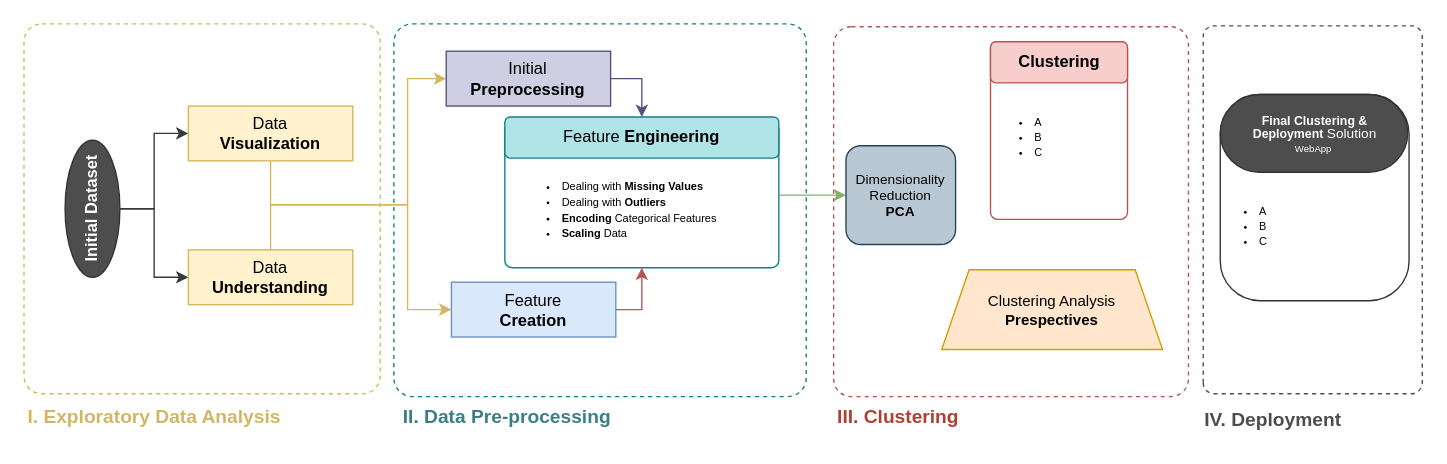
Silvestre17/DM_FoodDeliveryClustering_MasterProject keeps this draw.io diagram as DMProjectFlowchart.drawio. Above is the earlier version. Source tidied: cells renumbered, new cells numbered last; positions are measured from the earlier drawing's top-left corner, leaving out a move shared by most shapes. Both pictures are drawn from the tidied source at 137%, with x=0, y=0 at pixel (23, 23).
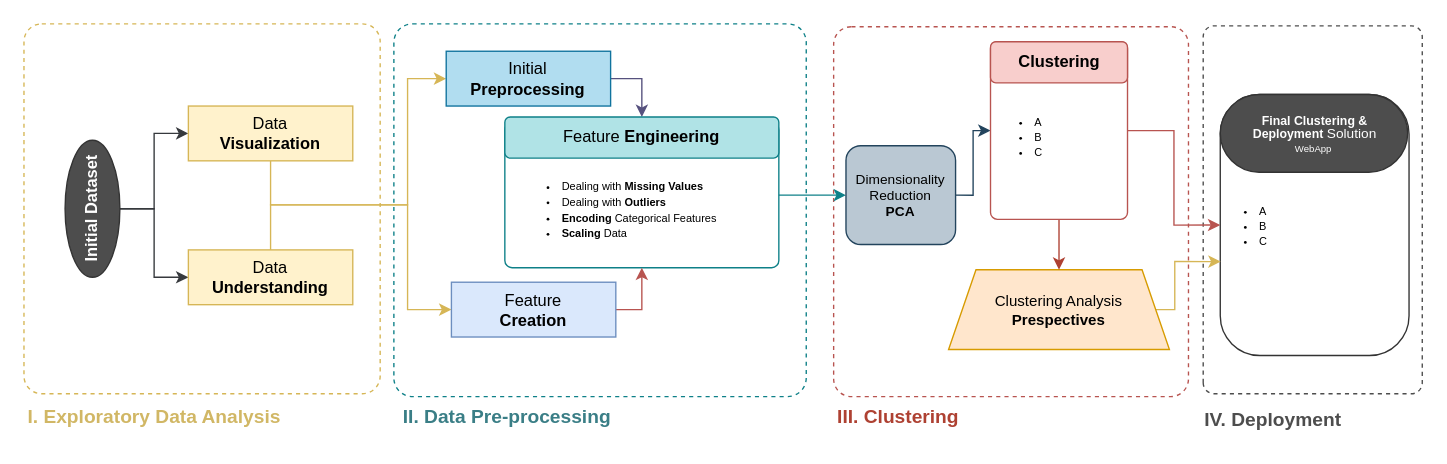
The same diagram, later.

Commit message:
Density Clustering + Esquema do Projeto :)

The change refers to these unchanged cells:
```xml
<mxCell id="7" value="&lt;b&gt;&lt;br&gt;&lt;/b&gt;" style="whiteSpace=wrap;html=1;labelBackgroundColor=none;strokeColor=#0e8088;fillColor=none;rounded=1;arcSize=5;" parent="1" vertex="1">
  <mxGeometry x="351" y="72" width="200" height="105.9" as="geometry" />
</mxCell>
<mxCell id="23" value="&lt;font style=&quot;font-size: 10px;&quot;&gt;Dimensionality Reduction&lt;br&gt;&lt;b&gt;PCA&lt;/b&gt;&lt;/font&gt;" style="whiteSpace=wrap;html=1;rounded=1;labelBackgroundColor=none;strokeColor=#23445d;fontSize=8;fillColor=#bac8d3;" parent="1" vertex="1">
  <mxGeometry x="600" y="88.9" width="80" height="72.1" as="geometry" />
</mxCell>
<mxCell id="28" value="&lt;b&gt;&lt;br&gt;&lt;/b&gt;" style="whiteSpace=wrap;html=1;labelBackgroundColor=none;strokeColor=#b85450;fillColor=none;rounded=1;arcSize=5;" parent="1" vertex="1">
  <mxGeometry x="705.5" y="13" width="100" height="129.6" as="geometry" />
</mxCell>
```

Diff of the diagram source:
```diff
@@
     <mxCell id="3" style="rounded=1;whiteSpace=wrap;html=1;strokeColor=#333333;fontColor=#AE4132;fillColor=none;arcSize=21;strokeWidth=1;" parent="1" vertex="1">
-      <mxGeometry x="873.2" y="51.5" width="137.8" height="150.5" as="geometry" />
+      <mxGeometry x="873.2" y="51.5" width="137.8" height="190.5" as="geometry" />
     </mxCell>
@@
-    <mxCell id="18" value="Initial &lt;br&gt;&lt;b&gt;Preprocessing&lt;/b&gt;" style="whiteSpace=wrap;html=1;fillColor=#d0cee2;strokeColor=#56517e;" parent="1" vertex="1">
+    <mxCell id="18" value="Initial &lt;br&gt;&lt;b&gt;Preprocessing&lt;/b&gt;" style="whiteSpace=wrap;html=1;fillColor=#b1ddf0;strokeColor=#10739e;" parent="1" vertex="1">
       <mxGeometry x="308.2" y="19.9" width="120" height="40" as="geometry" />
     </mxCell>
@@
-    <mxCell id="21" style="edgeStyle=none;html=1;entryX=0;entryY=0.5;entryDx=0;entryDy=0;fontColor=#d1b765;exitX=1;exitY=0.5;exitDx=0;exitDy=0;fillColor=#d5e8d4;strokeColor=#82b366;" parent="1" edge="1" source="7" target="23">
+    <mxCell id="21" style="edgeStyle=none;html=1;entryX=0;entryY=0.5;entryDx=0;entryDy=0;fontColor=#d1b765;exitX=1;exitY=0.5;exitDx=0;exitDy=0;fillColor=#b0e3e6;strokeColor=#0e8088;" parent="1" edge="1" source="7" target="23">
       <mxGeometry relative="1" as="geometry" />
     </mxCell>
@@
+    <mxCell id="34" style="edgeStyle=orthogonalEdgeStyle;html=1;exitX=1;exitY=0.5;exitDx=0;exitDy=0;entryX=0;entryY=0.5;entryDx=0;entryDy=0;rounded=0;fillColor=#bac8d3;strokeColor=#23445d;" parent="1" edge="1" source="23" target="28">
+      <mxGeometry relative="1" as="geometry" />
+    </mxCell>
@@
+    <mxCell id="35" style="edgeStyle=orthogonalEdgeStyle;shape=connector;rounded=0;html=1;exitX=1;exitY=0.5;exitDx=0;exitDy=0;entryX=0.002;entryY=0.64;entryDx=0;entryDy=0;labelBackgroundColor=default;strokeColor=#d6b656;fontFamily=Helvetica;fontSize=11;fontColor=default;endArrow=classic;fillColor=#fff2cc;entryPerimeter=0;" parent="1" edge="1" source="24" target="3">
+      <mxGeometry relative="1" as="geometry">
+        <Array as="points">
+          <mxPoint x="840" y="209" />
+          <mxPoint x="840" y="173" />
+        </Array>
+      </mxGeometry>
+    </mxCell>
     <mxCell id="24" value="&lt;font style=&quot;&quot;&gt;&lt;span style=&quot;font-size: 11px;&quot;&gt;Clustering Analysis&lt;/span&gt;&lt;b style=&quot;font-size: 11px;&quot;&gt; Prespectives&lt;/b&gt;&lt;/font&gt;" style="shape=trapezoid;perimeter=trapezoidPerimeter;whiteSpace=wrap;html=1;fixedSize=1;rounded=0;glass=0;labelBackgroundColor=none;sketch=0;strokeColor=#d79b00;strokeWidth=1;fontSize=6;fillColor=#ffe6cc;rotation=0;" parent="1" vertex="1">
-      <mxGeometry x="669.9" y="179.4" width="161.2" height="58.2" as="geometry" />
+      <mxGeometry x="674.9" y="179.4" width="161.2" height="58.2" as="geometry" />
     </mxCell>
@@
+    <mxCell id="36" style="edgeStyle=orthogonalEdgeStyle;shape=connector;rounded=0;html=1;exitX=0.5;exitY=1;exitDx=0;exitDy=0;entryX=0.5;entryY=0;entryDx=0;entryDy=0;labelBackgroundColor=default;strokeColor=#ae4132;fontFamily=Helvetica;fontSize=11;fontColor=default;endArrow=classic;fillColor=#fad9d5;" parent="1" edge="1" source="28" target="24">
+      <mxGeometry relative="1" as="geometry" />
+    </mxCell>
+    <mxCell id="37" style="edgeStyle=orthogonalEdgeStyle;shape=connector;rounded=0;html=1;exitX=1;exitY=0.5;exitDx=0;exitDy=0;entryX=0;entryY=0.5;entryDx=0;entryDy=0;labelBackgroundColor=default;strokeColor=#b85450;fontFamily=Helvetica;fontSize=11;fontColor=default;endArrow=classic;fillColor=#f8cecc;" parent="1" edge="1" source="28" target="3">
+      <mxGeometry relative="1" as="geometry" />
+    </mxCell>
```
